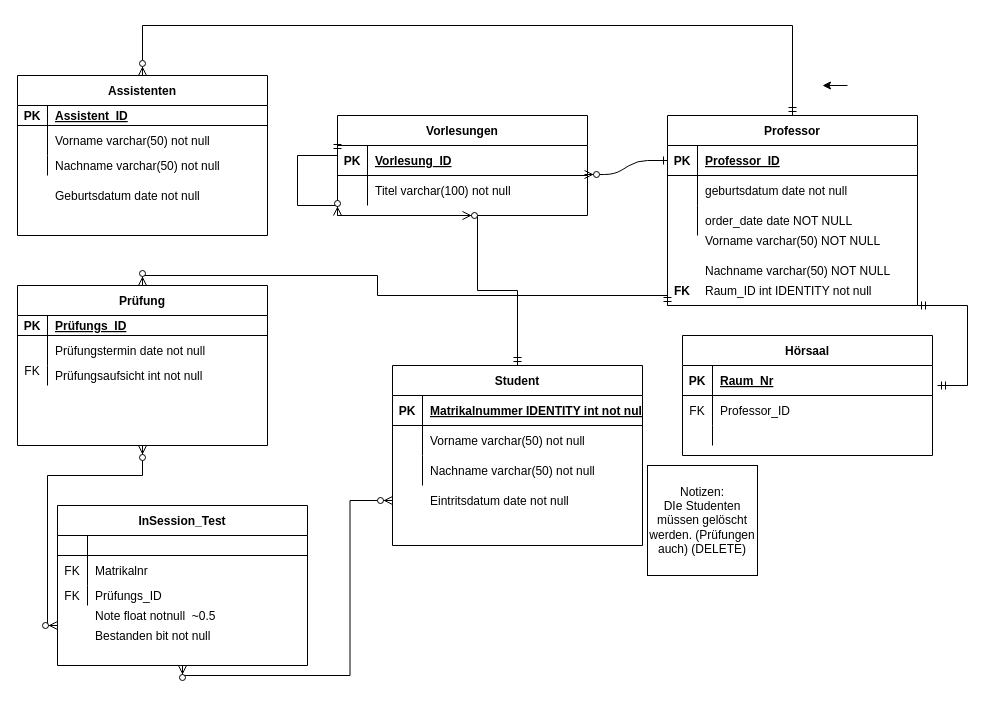
Earlier version of the draw.io diagram sql/Unbenanntes Diagramm.drawio (Akicuo/Projektarbeit-SQL). Source tidied: cells renumbered, new cells numbered last; positions are measured from the earlier drawing's top-left corner, leaving out a move shared by most shapes. Both pictures are drawn from the tidied source at 100%, with x=0, y=0 at pixel (17, 25).
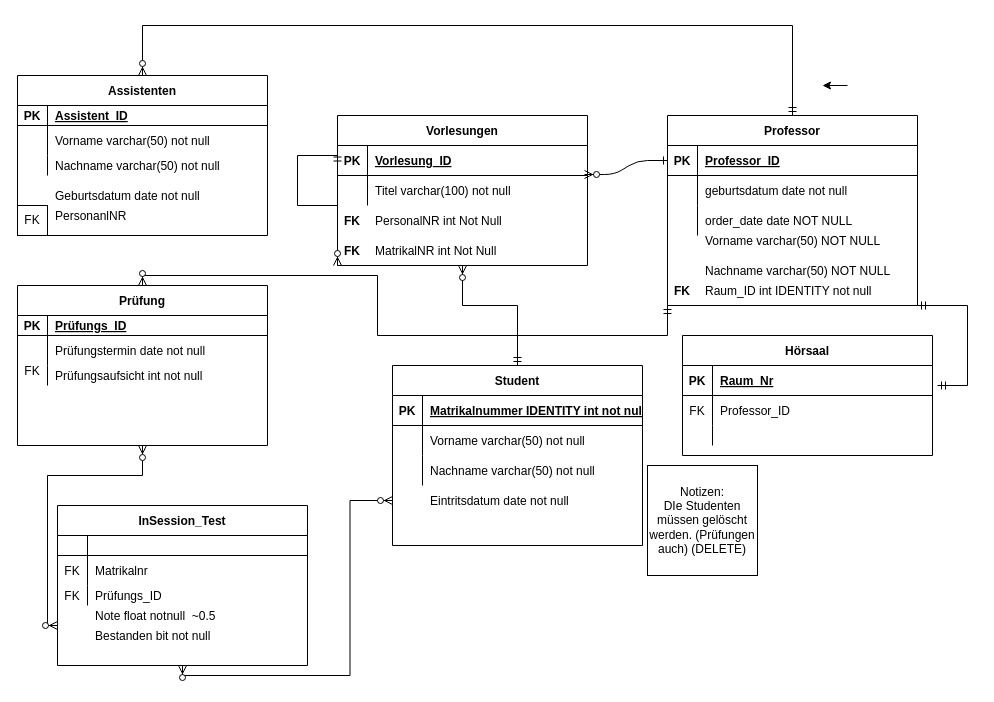
The same page after the edit.

The change refers to these unchanged cells:
```xml
<mxCell id="2" value="Professor" style="shape=table;startSize=30;childLayout=tableLayout;rowLines=0;fontStyle=1;align=center;" parent="1" vertex="1">
  <mxGeometry x="650" y="90" width="250" height="190" as="geometry" />
</mxCell>
<mxCell id="44" value="Student" style="shape=table;startSize=30;childLayout=tableLayout;rowLines=0;fontStyle=1;align=center;" parent="43" vertex="1">
  <mxGeometry width="250" height="180" as="geometry" />
</mxCell>
<mxCell id="56" value="Prüfung" style="shape=table;startSize=30;childLayout=tableLayout;rowLines=0;fontStyle=1;align=center;" parent="1" vertex="1">
  <mxGeometry y="260" width="250" height="160" as="geometry" />
</mxCell>
```

The edit, as a diff of the source:
```diff
@@
     <mxCell id="22" value="Vorlesungen" style="shape=table;startSize=30;childLayout=tableLayout;rowLines=0;fontStyle=1;align=center;" parent="1" vertex="1">
-      <mxGeometry x="320" y="90" width="250" height="100" as="geometry" />
+      <mxGeometry x="320" y="90" width="250" height="150" as="geometry" />
     </mxCell>
@@
     <mxCell id="68" style="edgeStyle=orthogonalEdgeStyle;fontSize=12;html=1;endArrow=ERzeroToMany;startArrow=ERmandOne;rounded=0;exitX=0;exitY=1;exitDx=0;exitDy=0;entryX=0.5;entryY=0;entryDx=0;entryDy=0;" parent="1" edge="1" source="2" target="56">
       <mxGeometry relative="1" as="geometry">
         <Array as="points">
-          <mxPoint x="650" y="270" />
-          <mxPoint x="360" y="270" />
+          <mxPoint x="650" y="310" />
+          <mxPoint x="360" y="310" />
           <mxPoint x="360" y="250" />
           <mxPoint x="125" y="250" />
         </Array>
       </mxGeometry>
     </mxCell>
@@
     <mxCell id="87" style="edgeStyle=orthogonalEdgeStyle;fontSize=12;html=1;endArrow=ERzeroToMany;startArrow=ERmandOne;rounded=0;entryX=0.5;entryY=1;entryDx=0;entryDy=0;exitX=0.5;exitY=0;exitDx=0;exitDy=0;" parent="1" edge="1" source="44" target="22">
       <mxGeometry relative="1" as="geometry">
         <Array as="points">
-          <mxPoint x="500" y="265" />
-          <mxPoint x="460" y="265" />
-          <mxPoint x="460" y="190" />
+          <mxPoint x="500" y="280" />
+          <mxPoint x="445" y="280" />
         </Array>
       </mxGeometry>
     </mxCell>
@@
+    <mxCell id="93" value="PersonalNR int Not Null" style="shape=partialRectangle;overflow=hidden;fillColor=none;top=0;left=0;bottom=0;right=0;align=left;spacingLeft=6;" parent="1" vertex="1">
+      <mxGeometry x="350" y="180" width="220" height="30" as="geometry" />
+    </mxCell>
+    <mxCell id="94" value="FK" style="shape=partialRectangle;overflow=hidden;fillColor=none;top=0;left=0;bottom=0;right=0;fontStyle=1;" parent="1" vertex="1">
+      <mxGeometry x="320" y="180" width="30" height="30" as="geometry" />
+    </mxCell>
+    <mxCell id="95" value="MatrikalNR int Not Null" style="shape=partialRectangle;overflow=hidden;fillColor=none;top=0;left=0;bottom=0;right=0;align=left;spacingLeft=6;" parent="1" vertex="1">
+      <mxGeometry x="350" y="210" width="220" height="30" as="geometry" />
+    </mxCell>
+    <mxCell id="96" value="FK" style="shape=partialRectangle;overflow=hidden;fillColor=none;top=0;left=0;bottom=0;right=0;fontStyle=1;" parent="1" vertex="1">
+      <mxGeometry x="320" y="210" width="30" height="30" as="geometry" />
+    </mxCell>
+    <mxCell id="97" value="PersonanlNR " style="shape=partialRectangle;overflow=hidden;fillColor=none;top=0;left=0;bottom=0;right=0;align=left;spacingLeft=6;" parent="1" vertex="1">
+      <mxGeometry x="30" y="180" width="220" height="20" as="geometry" />
+    </mxCell>
+    <mxCell id="98" value="FK" style="whiteSpace=wrap;html=1;" parent="1" vertex="1">
+      <mxGeometry y="180" width="30" height="30" as="geometry" />
+    </mxCell>
```
